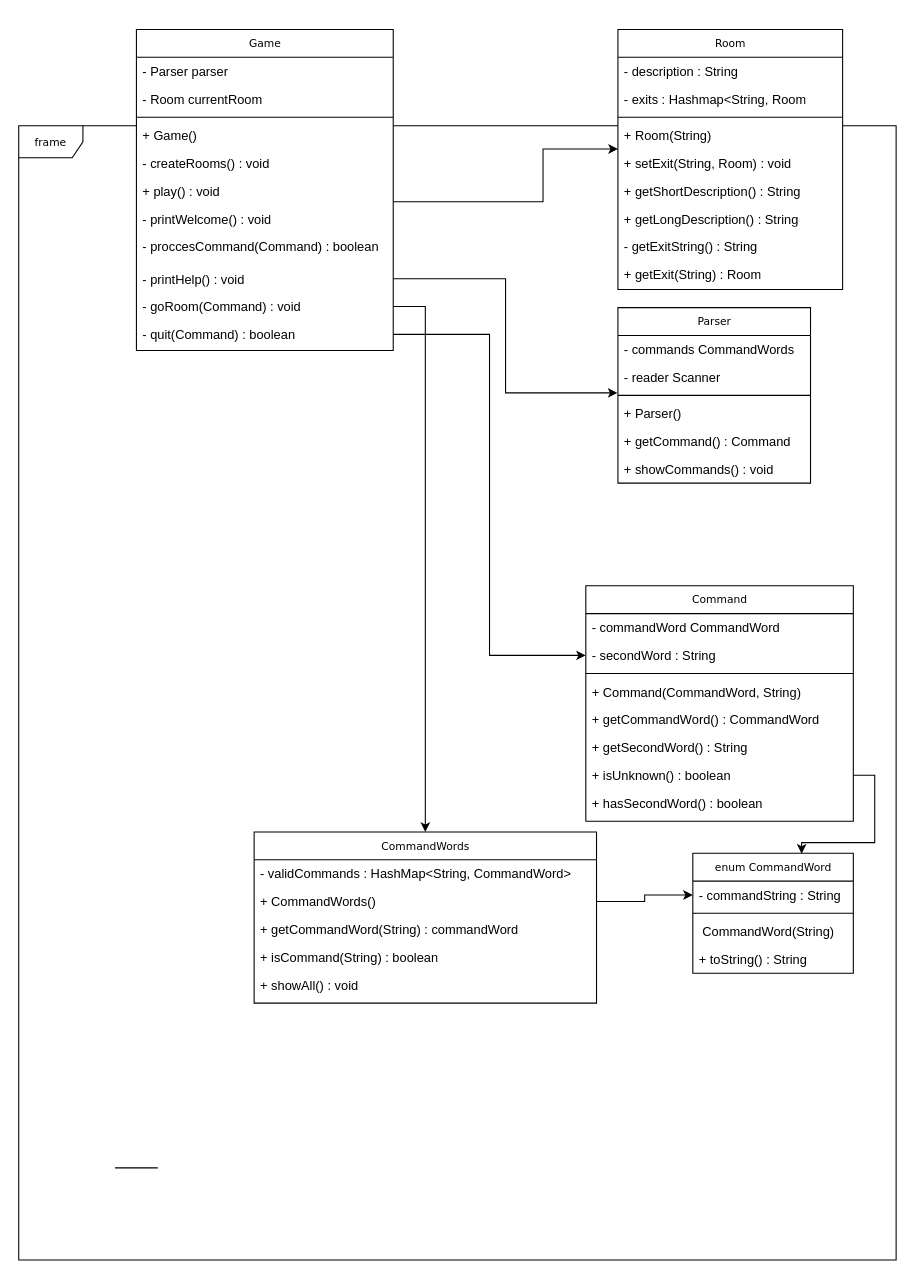
This is worldofzuul/Untitled Diagram.drawio from Bolding22/Gruppe-20-SemesterProjekt, a draw.io file, before an edit. Source tidied: cells renumbered, new cells numbered last; positions are measured from the earlier drawing's top-left corner, leaving out a move shared by most shapes. Both pictures are drawn from the tidied source at 107%, with x=0, y=0 at pixel (18, 29).
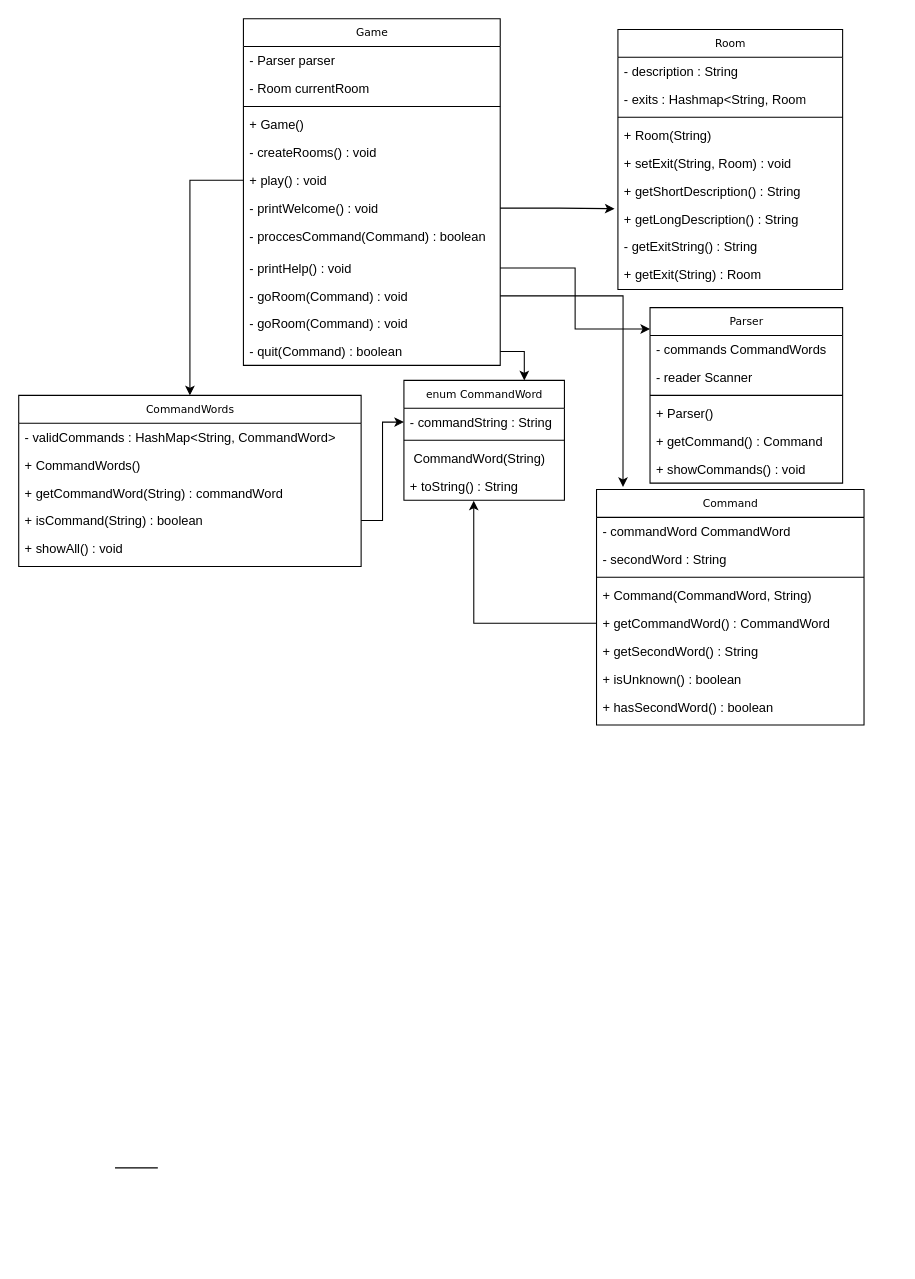
The same page after the edit.

Unchanged cells that the change refers to:
```xml
<mxCell id="5" value="- secondWord : String" style="text;html=1;strokeColor=none;fillColor=none;align=left;verticalAlign=top;spacingLeft=4;spacingRight=4;whiteSpace=wrap;overflow=hidden;points=[[0,0.5],[1,0.5]];portConstraint=eastwest;" parent="3" vertex="1">
  <mxGeometry y="52" width="250" height="26" as="geometry" />
</mxCell>
<mxCell id="8" value="+ getCommandWord() : CommandWord" style="text;html=1;strokeColor=none;fillColor=none;align=left;verticalAlign=top;spacingLeft=4;spacingRight=4;whiteSpace=wrap;overflow=hidden;points=[[0,0.5],[1,0.5]];portConstraint=eastwest;" parent="3" vertex="1">
  <mxGeometry y="112" width="250" height="26" as="geometry" />
</mxCell>
<mxCell id="10" value="+ isUnknown() : boolean" style="text;html=1;strokeColor=none;fillColor=none;align=left;verticalAlign=top;spacingLeft=4;spacingRight=4;whiteSpace=wrap;overflow=hidden;points=[[0,0.5],[1,0.5]];portConstraint=eastwest;" parent="3" vertex="1">
  <mxGeometry y="164" width="250" height="26" as="geometry" />
</mxCell>
<mxCell id="18" value="+ play() : void" style="text;html=1;strokeColor=none;fillColor=none;align=left;verticalAlign=top;spacingLeft=4;spacingRight=4;whiteSpace=wrap;overflow=hidden;points=[[0,0.5],[1,0.5]];portConstraint=eastwest;" parent="12" vertex="1">
  <mxGeometry y="138" width="240" height="26" as="geometry" />
</mxCell>
<mxCell id="19" value="- printWelcome() : void" style="text;html=1;strokeColor=none;fillColor=none;align=left;verticalAlign=top;spacingLeft=4;spacingRight=4;whiteSpace=wrap;overflow=hidden;points=[[0,0.5],[1,0.5]];portConstraint=eastwest;" parent="12" vertex="1">
  <mxGeometry y="164" width="240" height="26" as="geometry" />
</mxCell>
<mxCell id="21" value="- printHelp() : void" style="text;html=1;strokeColor=none;fillColor=none;align=left;verticalAlign=top;spacingLeft=4;spacingRight=4;whiteSpace=wrap;overflow=hidden;points=[[0,0.5],[1,0.5]];portConstraint=eastwest;" parent="12" vertex="1">
  <mxGeometry y="220" width="240" height="26" as="geometry" />
</mxCell>
<mxCell id="22" value="- goRoom(Command) : void" style="text;html=1;strokeColor=none;fillColor=none;align=left;verticalAlign=top;spacingLeft=4;spacingRight=4;whiteSpace=wrap;overflow=hidden;points=[[0,0.5],[1,0.5]];portConstraint=eastwest;" parent="12" vertex="1">
  <mxGeometry y="246" width="240" height="26" as="geometry" />
</mxCell>
<mxCell id="31" value="+ getLongDescription() : String" style="text;html=1;strokeColor=none;fillColor=none;align=left;verticalAlign=top;spacingLeft=4;spacingRight=4;whiteSpace=wrap;overflow=hidden;points=[[0,0.5],[1,0.5]];portConstraint=eastwest;" parent="24" vertex="1">
  <mxGeometry y="164" width="210" height="26" as="geometry" />
</mxCell>
<mxCell id="36" value="+ CommandWords()&amp;nbsp;" style="text;html=1;strokeColor=none;fillColor=none;align=left;verticalAlign=top;spacingLeft=4;spacingRight=4;whiteSpace=wrap;overflow=hidden;points=[[0,0.5],[1,0.5]];portConstraint=eastwest;" parent="34" vertex="1">
  <mxGeometry y="52" width="320" height="26" as="geometry" />
</mxCell>
<mxCell id="38" value="+ isCommand(String) : boolean" style="text;html=1;strokeColor=none;fillColor=none;align=left;verticalAlign=top;spacingLeft=4;spacingRight=4;whiteSpace=wrap;overflow=hidden;points=[[0,0.5],[1,0.5]];portConstraint=eastwest;" parent="34" vertex="1">
  <mxGeometry y="104" width="320" height="26" as="geometry" />
</mxCell>
<mxCell id="41" value="- commandString : String" style="text;html=1;strokeColor=none;fillColor=none;align=left;verticalAlign=top;spacingLeft=4;spacingRight=4;whiteSpace=wrap;overflow=hidden;points=[[0,0.5],[1,0.5]];portConstraint=eastwest;" parent="40" vertex="1">
  <mxGeometry y="26" width="150" height="26" as="geometry" />
</mxCell>
<mxCell id="44" value="+ toString() : String" style="text;html=1;strokeColor=none;fillColor=none;align=left;verticalAlign=top;spacingLeft=4;spacingRight=4;whiteSpace=wrap;overflow=hidden;points=[[0,0.5],[1,0.5]];portConstraint=eastwest;" parent="40" vertex="1">
  <mxGeometry y="86" width="150" height="26" as="geometry" />
</mxCell>
<mxCell id="48" style="line;strokeWidth=1;fillColor=none;align=left;verticalAlign=middle;spacingTop=-1;spacingLeft=3;spacingRight=3;labelPosition=right;points=[];portConstraint=eastwest;" parent="45" vertex="1">
  <mxGeometry y="78" width="180" height="8" as="geometry" />
</mxCell>
```

Change to the diagram source:
```diff
@@
-    <mxCell id="2" value="frame" style="shape=umlFrame;whiteSpace=wrap;html=1;rounded=0;shadow=0;comic=0;labelBackgroundColor=none;strokeColor=#000000;strokeWidth=1;fillColor=#ffffff;fontFamily=Verdana;fontSize=10;fontColor=#000000;align=center;" parent="1" vertex="1">
-      <mxGeometry y="90" width="820" height="1060" as="geometry" />
-    </mxCell>
     <mxCell id="3" value="Command" style="swimlane;html=1;fontStyle=0;horizontal=1;startSize=26;fillColor=none;swimlaneFillColor=#ffffff;rounded=0;shadow=0;comic=0;labelBackgroundColor=none;strokeColor=#000000;strokeWidth=1;fontFamily=Verdana;fontSize=10;fontColor=#000000;align=center;" parent="1" vertex="1">
-      <mxGeometry x="530" y="520" width="250" height="220" as="geometry" />
+      <mxGeometry x="540" y="430" width="250" height="220" as="geometry" />
     </mxCell>
@@
     <mxCell id="12" value="Game" style="swimlane;html=1;fontStyle=0;horizontal=1;startSize=26;fillColor=none;swimlaneFillColor=#ffffff;rounded=0;shadow=0;comic=0;labelBackgroundColor=none;strokeColor=#000000;strokeWidth=1;fontFamily=Verdana;fontSize=10;fontColor=#000000;align=center;" parent="1" vertex="1">
-      <mxGeometry x="110" width="240" height="300" as="geometry" />
+      <mxGeometry x="210" y="-10" width="240" height="324" as="geometry" />
     </mxCell>
@@
+    <mxCell id="59" value="- goRoom(Command) : void" style="text;html=1;strokeColor=none;fillColor=none;align=left;verticalAlign=top;spacingLeft=4;spacingRight=4;whiteSpace=wrap;overflow=hidden;" parent="12" vertex="1">
+      <mxGeometry y="272" width="240" height="26" as="geometry" />
+    </mxCell>
     <mxCell id="23" value="- quit(Command) : boolean" style="text;html=1;strokeColor=none;fillColor=none;align=left;verticalAlign=top;spacingLeft=4;spacingRight=4;whiteSpace=wrap;overflow=hidden;points=[[0,0.5],[1,0.5]];portConstraint=eastwest;" parent="12" vertex="1">
-      <mxGeometry y="272" width="240" height="26" as="geometry" />
+      <mxGeometry y="298" width="240" height="26" as="geometry" />
     </mxCell>
@@
     <mxCell id="34" value="CommandWords" style="swimlane;html=1;fontStyle=0;horizontal=1;startSize=26;fillColor=none;swimlaneFillColor=#ffffff;rounded=0;shadow=0;comic=0;labelBackgroundColor=none;strokeColor=#000000;strokeWidth=1;fontFamily=Verdana;fontSize=10;fontColor=#000000;align=center;" parent="1" vertex="1">
-      <mxGeometry x="220" y="750" width="320" height="160" as="geometry" />
+      <mxGeometry y="342" width="320" height="160" as="geometry" />
     </mxCell>
@@
     <mxCell id="40" value="enum CommandWord" style="swimlane;html=1;fontStyle=0;horizontal=1;startSize=26;fillColor=none;swimlaneFillColor=#ffffff;rounded=0;shadow=0;comic=0;labelBackgroundColor=none;strokeColor=#000000;strokeWidth=1;fontFamily=Verdana;fontSize=10;fontColor=#000000;align=center;" parent="1" vertex="1">
-      <mxGeometry x="630" y="770" width="150" height="112" as="geometry" />
+      <mxGeometry x="360" y="328" width="150" height="112" as="geometry" />
     </mxCell>
@@
     <mxCell id="45" value="Parser" style="swimlane;html=1;fontStyle=0;horizontal=1;startSize=26;fillColor=none;swimlaneFillColor=#ffffff;rounded=0;shadow=0;comic=0;labelBackgroundColor=none;strokeColor=#000000;strokeWidth=1;fontFamily=Verdana;fontSize=10;fontColor=#000000;align=center;" parent="1" vertex="1">
-      <mxGeometry x="560" y="260" width="180" height="164" as="geometry" />
+      <mxGeometry x="590" y="260" width="180" height="164" as="geometry" />
     </mxCell>
@@
-    <mxCell id="53" style="edgeStyle=orthogonalEdgeStyle;rounded=0;jettySize=auto;html=1;" parent="1" edge="1" source="18">
-      <mxGeometry relative="1" as="geometry">
-        <mxPoint x="560" y="111.8" as="targetPoint" />
-        <Array as="points">
-          <mxPoint x="490" y="161" />
-          <mxPoint x="490" y="112" />
-        </Array>
-      </mxGeometry>
-    </mxCell>
-    <mxCell id="54" style="edgeStyle=orthogonalEdgeStyle;rounded=0;jettySize=auto;html=1;entryX=-0.002;entryY=0.211;entryDx=0;entryDy=0;entryPerimeter=0;" parent="1" edge="1" source="21" target="48">
-      <mxGeometry relative="1" as="geometry" />
-    </mxCell>
-    <mxCell id="55" style="edgeStyle=orthogonalEdgeStyle;rounded=0;jettySize=auto;html=1;entryX=0;entryY=0.5;entryDx=0;entryDy=0;" parent="1" edge="1" source="36" target="41">
-      <mxGeometry relative="1" as="geometry" />
-    </mxCell>
-    <mxCell id="56" style="edgeStyle=orthogonalEdgeStyle;rounded=0;jettySize=auto;html=1;" parent="1" edge="1" source="23" target="5">
-      <mxGeometry relative="1" as="geometry" />
-    </mxCell>
-    <mxCell id="57" style="edgeStyle=orthogonalEdgeStyle;rounded=0;jettySize=auto;html=1;" parent="1" edge="1" source="22" target="34">
-      <mxGeometry relative="1" as="geometry" />
-    </mxCell>
-    <mxCell id="58" style="edgeStyle=orthogonalEdgeStyle;rounded=0;jettySize=auto;html=1;entryX=0.678;entryY=0.003;entryDx=0;entryDy=0;entryPerimeter=0;" parent="1" edge="1" source="10" target="40">
-      <mxGeometry relative="1" as="geometry">
-        <Array as="points">
-          <mxPoint x="800" y="697" />
-          <mxPoint x="800" y="760" />
-          <mxPoint x="732" y="760" />
-        </Array>
-      </mxGeometry>
-    </mxCell>
+    <mxCell id="60" style="edgeStyle=orthogonalEdgeStyle;rounded=0;jettySize=auto;html=1;entryX=0;entryY=0.5;entryDx=0;entryDy=0;" parent="1" edge="1" source="38" target="41">
+      <mxGeometry relative="1" as="geometry" />
+    </mxCell>
+    <mxCell id="61" style="edgeStyle=orthogonalEdgeStyle;rounded=0;jettySize=auto;html=1;entryX=0.5;entryY=0;entryDx=0;entryDy=0;" parent="1" edge="1" source="18" target="34">
+      <mxGeometry relative="1" as="geometry" />
+    </mxCell>
+    <mxCell id="62" style="edgeStyle=orthogonalEdgeStyle;rounded=0;jettySize=auto;html=1;entryX=-0.015;entryY=0.136;entryDx=0;entryDy=0;entryPerimeter=0;" parent="1" edge="1" source="19" target="31">
+      <mxGeometry relative="1" as="geometry" />
+    </mxCell>
+    <mxCell id="63" style="edgeStyle=orthogonalEdgeStyle;rounded=0;jettySize=auto;html=1;entryX=0.75;entryY=0;entryDx=0;entryDy=0;" parent="1" edge="1" source="23" target="40">
+      <mxGeometry relative="1" as="geometry" />
+    </mxCell>
+    <mxCell id="64" style="edgeStyle=orthogonalEdgeStyle;rounded=0;jettySize=auto;html=1;entryX=0;entryY=0.122;entryDx=0;entryDy=0;entryPerimeter=0;" parent="1" edge="1" source="21" target="45">
+      <mxGeometry relative="1" as="geometry" />
+    </mxCell>
+    <mxCell id="65" style="edgeStyle=orthogonalEdgeStyle;rounded=0;jettySize=auto;html=1;entryX=0.099;entryY=-0.011;entryDx=0;entryDy=0;entryPerimeter=0;" parent="1" edge="1" source="22" target="3">
+      <mxGeometry relative="1" as="geometry" />
+    </mxCell>
+    <mxCell id="66" style="edgeStyle=orthogonalEdgeStyle;rounded=0;jettySize=auto;html=1;entryX=0.435;entryY=1.018;entryDx=0;entryDy=0;entryPerimeter=0;" parent="1" edge="1" source="8" target="44">
+      <mxGeometry relative="1" as="geometry" />
+    </mxCell>
```
